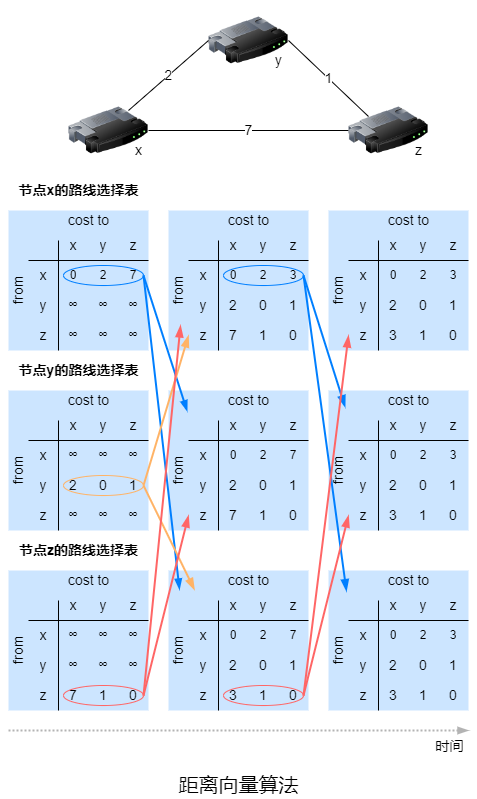
Before: computer-networking/img/distance_vector_algorithm_in_operation.png, a diagram exported from draw.io (an-die-freude/computer-network-note). Source tidied: cells renumbered, new cells last; positions are measured from the earlier drawing's top-left corner, leaving out a move shared by most shapes.
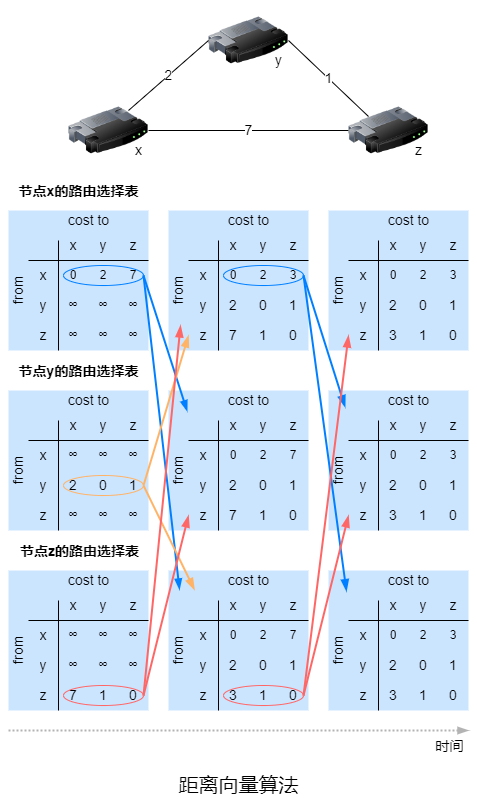
Above is the later version.

Diff of the diagram source:
```diff
@@ -92,8 +92,8 @@
     <mxCell id="30" value="cost to" style="text;html=1;align=center;verticalAlign=middle;strokeColor=none;fillColor=none;fontSize=14;" parent="1" vertex="1">
       <mxGeometry x="60" y="210" width="60" height="20" as="geometry" />
     </mxCell>
-    <mxCell id="31" value="节点x的路线选择表" style="text;html=1;align=center;verticalAlign=middle;strokeColor=none;fillColor=none;fontSize=14;fontStyle=1;" parent="1" vertex="1">
-      <mxGeometry x="10" y="180" width="140" height="20" as="geometry" />
+    <mxCell id="31" value="节点x的路由选择表" style="text;html=1;align=center;verticalAlign=middle;strokeColor=none;fillColor=none;fontSize=14;fontStyle=1;" parent="1" vertex="1">
+      <mxGeometry x="15" y="180" width="130" height="21" as="geometry" />
     </mxCell>
     <mxCell id="32" style="rounded=0;whiteSpace=wrap;html=1;strokeColor=none;fillColor=#CCE5FF;" parent="1" vertex="1">
       <mxGeometry x="170" y="210" width="140" height="140" as="geometry" />
@@ -329,8 +329,8 @@
     <mxCell id="106" value="cost to" style="text;html=1;align=center;verticalAlign=middle;strokeColor=none;fillColor=none;fontSize=14;" parent="1" vertex="1">
       <mxGeometry x="60" y="390" width="60" height="20" as="geometry" />
     </mxCell>
-    <mxCell id="107" value="节点y的路线选择表" style="text;html=1;align=center;verticalAlign=middle;strokeColor=none;fillColor=none;fontSize=14;fontStyle=1;" parent="1" vertex="1">
-      <mxGeometry x="10" y="360" width="140" height="20" as="geometry" />
+    <mxCell id="107" value="节点y的路由选择表" style="text;html=1;align=center;verticalAlign=middle;strokeColor=none;fillColor=none;fontSize=14;fontStyle=1;" parent="1" vertex="1">
+      <mxGeometry x="15" y="360" width="130" height="21" as="geometry" />
     </mxCell>
     <mxCell id="108" style="rounded=0;whiteSpace=wrap;html=1;strokeColor=none;fillColor=#CCE5FF;" parent="1" vertex="1">
       <mxGeometry x="170" y="390" width="140" height="140" as="geometry" />
@@ -566,8 +566,8 @@
     <mxCell id="182" value="cost to" style="text;html=1;align=center;verticalAlign=middle;strokeColor=none;fillColor=none;fontSize=14;" parent="1" vertex="1">
       <mxGeometry x="60" y="570" width="60" height="20" as="geometry" />
     </mxCell>
-    <mxCell id="183" value="节点z的路线选择表" style="text;html=1;align=center;verticalAlign=middle;strokeColor=none;fillColor=none;fontSize=14;fontStyle=1;" parent="1" vertex="1">
-      <mxGeometry x="15" y="540" width="130" height="20" as="geometry" />
+    <mxCell id="183" value="节点z的路由选择表" style="text;html=1;align=center;verticalAlign=middle;strokeColor=none;fillColor=none;fontSize=14;fontStyle=1;" parent="1" vertex="1">
+      <mxGeometry x="16" y="540" width="129" height="21" as="geometry" />
     </mxCell>
     <mxCell id="184" style="rounded=0;whiteSpace=wrap;html=1;strokeColor=none;fillColor=#CCE5FF;" parent="1" vertex="1">
       <mxGeometry x="170" y="570" width="140" height="140" as="geometry" />
```
